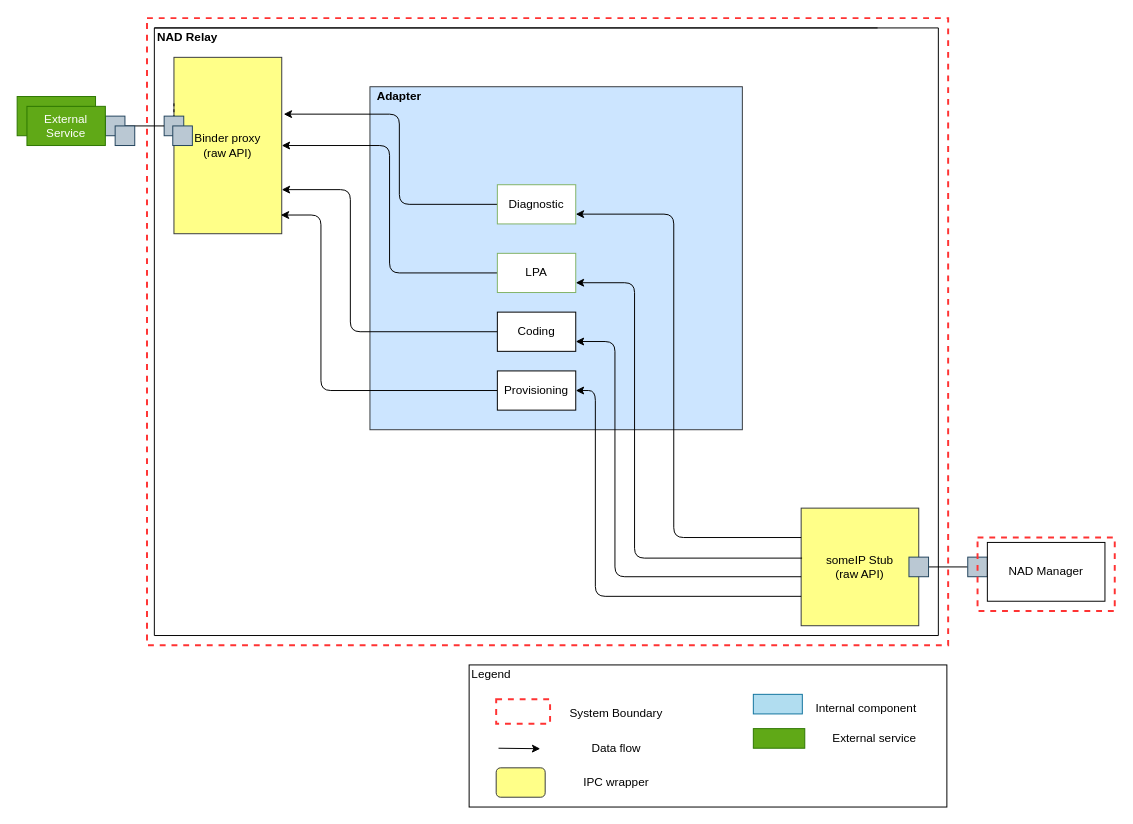
The draw.io diagram page "extensibilityoption2" (2 of 5) of doc/SA cert/Design/modifiability.drawio in taikt/codefun, before the edit. Source tidied: cells renumbered, new cells numbered last; positions are measured from the earlier drawing's top-left corner, leaving out a move shared by most shapes. Both pictures are drawn from the tidied source at 98%, with x=0, y=0 at pixel (17, 18).
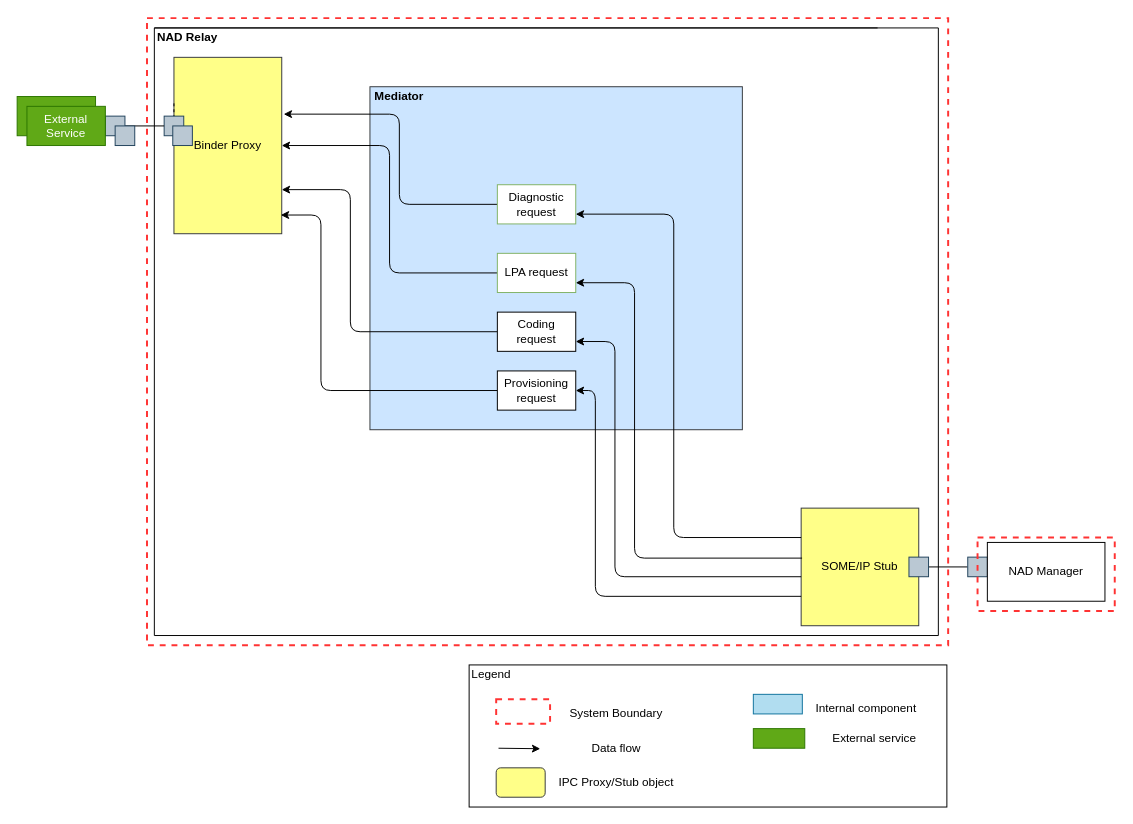
Above is the later version.

What changed in the source:
```diff
@@
-    <mxCell id="4" value="someIP Stub&lt;br&gt;(raw API)" style="rounded=0;whiteSpace=wrap;html=1;fillColor=#ffff88;strokeColor=#36393d;" parent="1" vertex="1">
+    <mxCell id="4" value="SOME/IP Stub&lt;br&gt;" style="rounded=0;whiteSpace=wrap;html=1;fillColor=#ffff88;strokeColor=#36393d;" parent="1" vertex="1">
       <mxGeometry x="800" y="500" width="120" height="120" as="geometry" />
     </mxCell>
-    <mxCell id="5" value="Binder proxy&lt;br&gt;(raw API)" style="rounded=0;whiteSpace=wrap;html=1;fillColor=#ffff88;strokeColor=#36393d;" parent="1" vertex="1">
+    <mxCell id="5" value="Binder Proxy&lt;br&gt;" style="rounded=0;whiteSpace=wrap;html=1;fillColor=#ffff88;strokeColor=#36393d;" parent="1" vertex="1">
       <mxGeometry x="160" y="40" width="110" height="180" as="geometry" />
     </mxCell>
@@
-    <mxCell id="12" value="&lt;b&gt;Adapter&lt;/b&gt;" style="text;html=1;strokeColor=none;fillColor=none;align=center;verticalAlign=middle;whiteSpace=wrap;rounded=0;" parent="1" vertex="1">
+    <mxCell id="12" value="&lt;b&gt;Mediator&lt;/b&gt;" style="text;html=1;strokeColor=none;fillColor=none;align=center;verticalAlign=middle;whiteSpace=wrap;rounded=0;" parent="1" vertex="1">
       <mxGeometry x="370" y="70" width="40" height="20" as="geometry" />
     </mxCell>
@@
-    <mxCell id="15" value="Provisioning" style="rounded=0;whiteSpace=wrap;html=1;" parent="1" vertex="1">
+    <mxCell id="15" value="Provisioning&lt;br&gt;request" style="rounded=0;whiteSpace=wrap;html=1;" parent="1" vertex="1">
       <mxGeometry x="490" y="360" width="80" height="40" as="geometry" />
     </mxCell>
@@
-    <mxCell id="17" value="Coding" style="rounded=0;whiteSpace=wrap;html=1;" parent="1" vertex="1">
+    <mxCell id="17" value="Coding request" style="rounded=0;whiteSpace=wrap;html=1;" parent="1" vertex="1">
       <mxGeometry x="490" y="300" width="80" height="40" as="geometry" />
     </mxCell>
@@
-    <mxCell id="19" value="LPA" style="rounded=0;whiteSpace=wrap;html=1;strokeColor=#82b366;fillColor=#FFFFFF;gradientColor=none;" parent="1" vertex="1">
+    <mxCell id="19" value="LPA request" style="rounded=0;whiteSpace=wrap;html=1;strokeColor=#82b366;fillColor=#FFFFFF;gradientColor=none;" parent="1" vertex="1">
       <mxGeometry x="490" y="240" width="80" height="40" as="geometry" />
     </mxCell>
@@
-    <mxCell id="21" value="Diagnostic" style="rounded=0;whiteSpace=wrap;html=1;strokeColor=#82b366;fillColor=#FFFFFF;gradientColor=none;" parent="1" vertex="1">
+    <mxCell id="21" value="Diagnostic request" style="rounded=0;whiteSpace=wrap;html=1;strokeColor=#82b366;fillColor=#FFFFFF;gradientColor=none;" parent="1" vertex="1">
       <mxGeometry x="490" y="170" width="80" height="40" as="geometry" />
     </mxCell>
@@
-    <mxCell id="31" value="IPC wrapper" style="text;html=1;strokeColor=none;fillColor=none;align=center;verticalAlign=middle;whiteSpace=wrap;rounded=0;" parent="1" vertex="1">
+    <mxCell id="31" value="IPC Proxy/Stub object" style="text;html=1;strokeColor=none;fillColor=none;align=center;verticalAlign=middle;whiteSpace=wrap;rounded=0;" parent="1" vertex="1">
       <mxGeometry x="528.8" y="765" width="165" height="30" as="geometry" />
     </mxCell>
```
